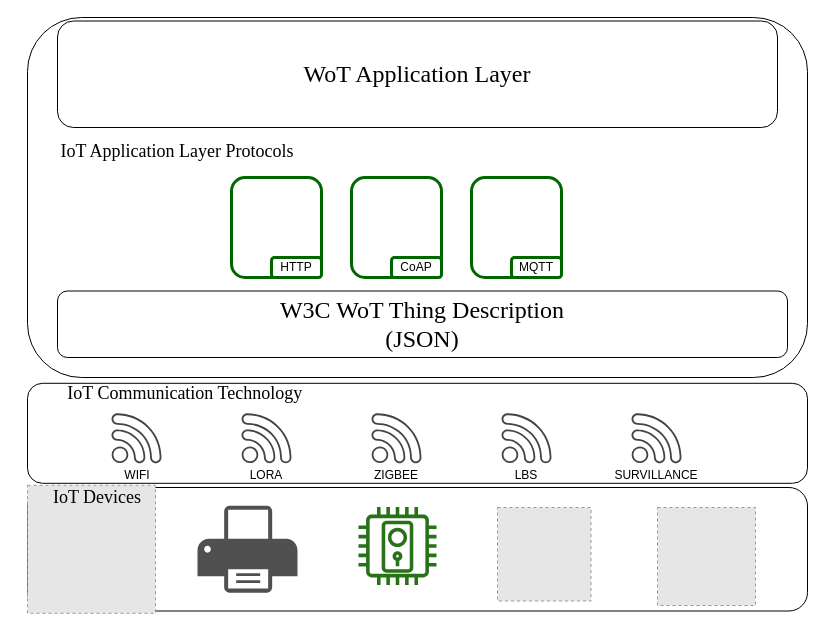
Above: page "Page-6" (6 of 9) of SystemAll.drawio in ctmuthu/wot-sys-ci (draw.io), before the change. Source tidied: cells renumbered, new cells numbered last; positions are measured from the earlier drawing's top-left corner, leaving out a move shared by most shapes. Both pictures are drawn from the tidied source at 100%, with x=0, y=0 at pixel (27, 17). Pictures stored in the file or linked from it are replaced by grey dashed boxes.
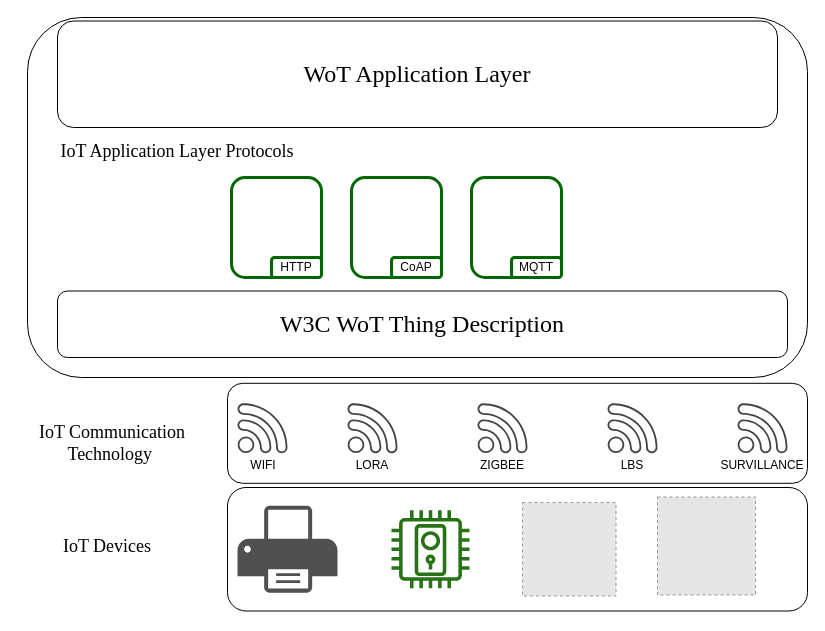
Above is the later version.

Change to the diagram source:
```diff
@@
     <mxCell id="2" style="rounded=1;whiteSpace=wrap;html=1;" parent="1" vertex="1">
-      <mxGeometry y="470" width="780" height="123.5" as="geometry" />
+      <mxGeometry x="200" y="470" width="580" height="123.5" as="geometry" />
     </mxCell>
-    <mxCell id="3" style="fillColor=#E6E6E6;strokeColor=#999999;dashed=1;html=1;verticalAlign=top;verticalLabelPosition=bottom;labelBackgroundColor=#ffffff;" parent="1" vertex="1">
-      <mxGeometry y="467.8" width="128" height="128" as="geometry" />
-    </mxCell>
     <mxCell id="4" style="fillColor=#E6E6E6;strokeColor=#999999;dashed=1;html=1;verticalAlign=top;verticalLabelPosition=bottom;labelBackgroundColor=#ffffff;" parent="1" vertex="1">
-      <mxGeometry x="470" y="490" width="93.5" height="93.5" as="geometry" />
+      <mxGeometry x="495" y="485" width="93.5" height="93.5" as="geometry" />
     </mxCell>
     <mxCell id="5" style="fillColor=#E6E6E6;strokeColor=#999999;dashed=1;html=1;verticalAlign=top;verticalLabelPosition=bottom;labelBackgroundColor=#ffffff;" parent="1" vertex="1">
-      <mxGeometry x="630" y="490" width="98" height="98" as="geometry" />
+      <mxGeometry x="630" y="479.5" width="98" height="98" as="geometry" />
     </mxCell>
     <mxCell id="6" style="fontColor=#232F3E;gradientColor=none;fillColor=#277116;strokeColor=none;dashed=0;verticalLabelPosition=bottom;verticalAlign=top;align=center;html=1;fontSize=12;fontStyle=0;shape=mxgraph.aws4.door_lock;" parent="1" vertex="1">
-      <mxGeometry x="331" y="489.5" width="78" height="78" as="geometry" />
+      <mxGeometry x="364" y="492.8" width="78" height="78" as="geometry" />
     </mxCell>
     <mxCell id="7" style="shadow=0;dashed=0;html=1;strokeColor=none;fillColor=#505050;labelPosition=center;verticalLabelPosition=bottom;verticalAlign=top;align=center;shape=mxgraph.office.devices.printer;" parent="1" vertex="1">
-      <mxGeometry x="170" y="488.2" width="100" height="87" as="geometry" />
+      <mxGeometry x="210" y="488.2" width="100" height="87" as="geometry" />
     </mxCell>
     <mxCell id="8" value="&lt;font face=&quot;Times New Roman&quot; style=&quot;font-size: 18px&quot;&gt;IoT Devices&lt;/font&gt;" style="text;html=1;strokeColor=none;fillColor=none;align=center;verticalAlign=middle;whiteSpace=wrap;rounded=0;" parent="1" vertex="1">
-      <mxGeometry x="20" y="470" width="100" height="20" as="geometry" />
+      <mxGeometry x="30" y="518.5" width="100" height="20" as="geometry" />
     </mxCell>
     <mxCell id="9" style="rounded=1;whiteSpace=wrap;html=1;" parent="1" vertex="1">
-      <mxGeometry y="365.8" width="780" height="100" as="geometry" />
+      <mxGeometry x="200" y="365.8" width="580" height="100" as="geometry" />
     </mxCell>
     <mxCell id="10" style="shadow=0;dashed=0;html=1;strokeColor=none;fillColor=#434445;labelPosition=center;verticalLabelPosition=bottom;verticalAlign=top;align=center;shape=mxgraph.vvd.wi_fi;" parent="1" vertex="1">
-      <mxGeometry x="84" y="395.8" width="50" height="50" as="geometry" />
+      <mxGeometry x="210" y="385.8" width="50" height="50" as="geometry" />
     </mxCell>
     <mxCell id="11" style="shadow=0;dashed=0;html=1;strokeColor=none;fillColor=#434445;labelPosition=center;verticalLabelPosition=bottom;verticalAlign=top;align=center;shape=mxgraph.vvd.wi_fi;" parent="1" vertex="1">
-      <mxGeometry x="214" y="395.8" width="50" height="50" as="geometry" />
+      <mxGeometry x="320" y="385.8" width="50" height="50" as="geometry" />
     </mxCell>
     <mxCell id="12" style="shadow=0;dashed=0;html=1;strokeColor=none;fillColor=#434445;labelPosition=center;verticalLabelPosition=bottom;verticalAlign=top;align=center;shape=mxgraph.vvd.wi_fi;" parent="1" vertex="1">
-      <mxGeometry x="344" y="395.8" width="50" height="50" as="geometry" />
+      <mxGeometry x="450" y="385.8" width="50" height="50" as="geometry" />
     </mxCell>
     <mxCell id="13" style="shadow=0;dashed=0;html=1;strokeColor=none;fillColor=#434445;labelPosition=center;verticalLabelPosition=bottom;verticalAlign=top;align=center;shape=mxgraph.vvd.wi_fi;" parent="1" vertex="1">
-      <mxGeometry x="474" y="395.8" width="50" height="50" as="geometry" />
+      <mxGeometry x="580" y="385.8" width="50" height="50" as="geometry" />
     </mxCell>
     <mxCell id="14" style="shadow=0;dashed=0;html=1;strokeColor=none;fillColor=#434445;labelPosition=center;verticalLabelPosition=bottom;verticalAlign=top;align=center;shape=mxgraph.vvd.wi_fi;" parent="1" vertex="1">
-      <mxGeometry x="604" y="395.8" width="50" height="50" as="geometry" />
+      <mxGeometry x="710" y="385.8" width="50" height="50" as="geometry" />
     </mxCell>
     <mxCell id="15" value="WIFI" style="text;html=1;strokeColor=none;fillColor=none;align=center;verticalAlign=middle;whiteSpace=wrap;rounded=0;" parent="1" vertex="1">
-      <mxGeometry x="90" y="447.8" width="40" height="20" as="geometry" />
+      <mxGeometry x="216" y="437.8" width="40" height="20" as="geometry" />
     </mxCell>
     <mxCell id="16" value="LORA" style="text;html=1;strokeColor=none;fillColor=none;align=center;verticalAlign=middle;whiteSpace=wrap;rounded=0;" parent="1" vertex="1">
-      <mxGeometry x="219" y="447.8" width="40" height="20" as="geometry" />
+      <mxGeometry x="325" y="437.8" width="40" height="20" as="geometry" />
     </mxCell>
     <mxCell id="17" value="ZIGBEE" style="text;html=1;strokeColor=none;fillColor=none;align=center;verticalAlign=middle;whiteSpace=wrap;rounded=0;" parent="1" vertex="1">
-      <mxGeometry x="349" y="447.8" width="40" height="20" as="geometry" />
+      <mxGeometry x="455" y="437.8" width="40" height="20" as="geometry" />
     </mxCell>
     <mxCell id="18" value="LBS" style="text;html=1;strokeColor=none;fillColor=none;align=center;verticalAlign=middle;whiteSpace=wrap;rounded=0;" parent="1" vertex="1">
-      <mxGeometry x="479" y="447.8" width="40" height="20" as="geometry" />
+      <mxGeometry x="585" y="437.8" width="40" height="20" as="geometry" />
     </mxCell>
     <mxCell id="19" value="SURVILLANCE" style="text;html=1;strokeColor=none;fillColor=none;align=center;verticalAlign=middle;whiteSpace=wrap;rounded=0;" parent="1" vertex="1">
-      <mxGeometry x="609" y="447.8" width="40" height="20" as="geometry" />
+      <mxGeometry x="715" y="437.8" width="40" height="20" as="geometry" />
     </mxCell>
@@
     <mxCell id="21" value="&lt;font face=&quot;Times New Roman&quot; style=&quot;font-size: 18px&quot;&gt;IoT Communication Technology&amp;nbsp;&lt;/font&gt;" style="text;html=1;strokeColor=none;fillColor=none;align=center;verticalAlign=middle;whiteSpace=wrap;rounded=0;" parent="1" vertex="1">
-      <mxGeometry x="30" y="365.8" width="260" height="20" as="geometry" />
+      <mxGeometry x="-10" y="415.8" width="190" height="20" as="geometry" />
     </mxCell>
@@
-    <mxCell id="33" value="&lt;font face=&quot;Times New Roman&quot; style=&quot;font-size: 24px&quot;&gt;W3C WoT Thing Description &lt;br&gt;(JSON)&lt;/font&gt;" style="rounded=1;whiteSpace=wrap;html=1;" parent="1" vertex="1">
+    <mxCell id="33" value="&lt;font face=&quot;Times New Roman&quot; style=&quot;font-size: 24px&quot;&gt;W3C WoT Thing Description &lt;br&gt;&lt;/font&gt;" style="rounded=1;whiteSpace=wrap;html=1;" parent="1" vertex="1">
       <mxGeometry x="30" y="273.5" width="730" height="66.5" as="geometry" />
     </mxCell>
```
